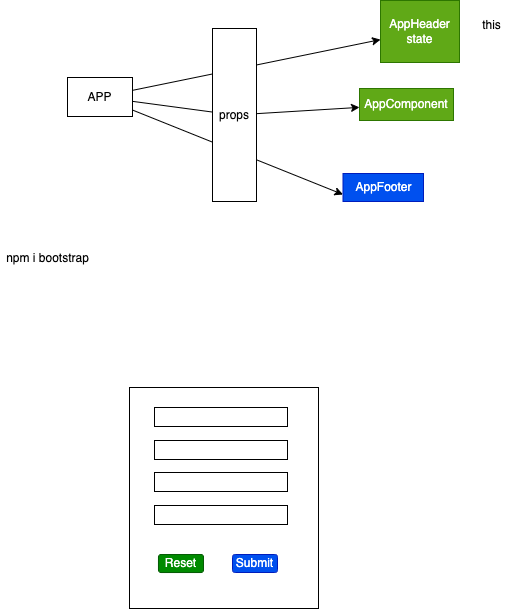
This is images/day10.drawio.png from adithnaveen/2022-sapient-react-node-graphql, a draw.io export, as it was before one commit. Source tidied: cells renumbered, new cells last; positions are measured from the earlier drawing's top-left corner, leaving out a move shared by most shapes.
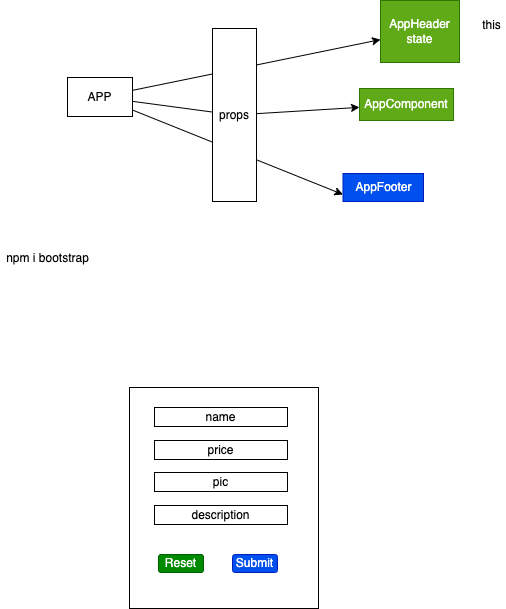
Above is the later version.

What changed in the source:
```diff
@@ -44,16 +44,16 @@
     <mxCell id="15" value="Submit" style="rounded=1;whiteSpace=wrap;html=1;fillColor=#0050ef;fontColor=#ffffff;strokeColor=#001DBC;" parent="1" vertex="1">
       <mxGeometry x="232" y="554" width="45" height="18" as="geometry" />
     </mxCell>
-    <mxCell id="16" style="rounded=0;whiteSpace=wrap;html=1;" parent="1" vertex="1">
+    <mxCell id="16" value="name" style="rounded=0;whiteSpace=wrap;html=1;" parent="1" vertex="1">
       <mxGeometry x="154" y="407" width="133" height="19" as="geometry" />
     </mxCell>
-    <mxCell id="17" style="rounded=0;whiteSpace=wrap;html=1;" parent="1" vertex="1">
+    <mxCell id="17" value="price" style="rounded=0;whiteSpace=wrap;html=1;" parent="1" vertex="1">
       <mxGeometry x="154" y="440" width="133" height="19" as="geometry" />
     </mxCell>
-    <mxCell id="18" style="rounded=0;whiteSpace=wrap;html=1;" parent="1" vertex="1">
+    <mxCell id="18" value="pic" style="rounded=0;whiteSpace=wrap;html=1;" parent="1" vertex="1">
       <mxGeometry x="154" y="472" width="133" height="19" as="geometry" />
     </mxCell>
-    <mxCell id="19" style="rounded=0;whiteSpace=wrap;html=1;" parent="1" vertex="1">
+    <mxCell id="19" value="description" style="rounded=0;whiteSpace=wrap;html=1;" parent="1" vertex="1">
       <mxGeometry x="154" y="505" width="133" height="19" as="geometry" />
     </mxCell>
   </root>
```
